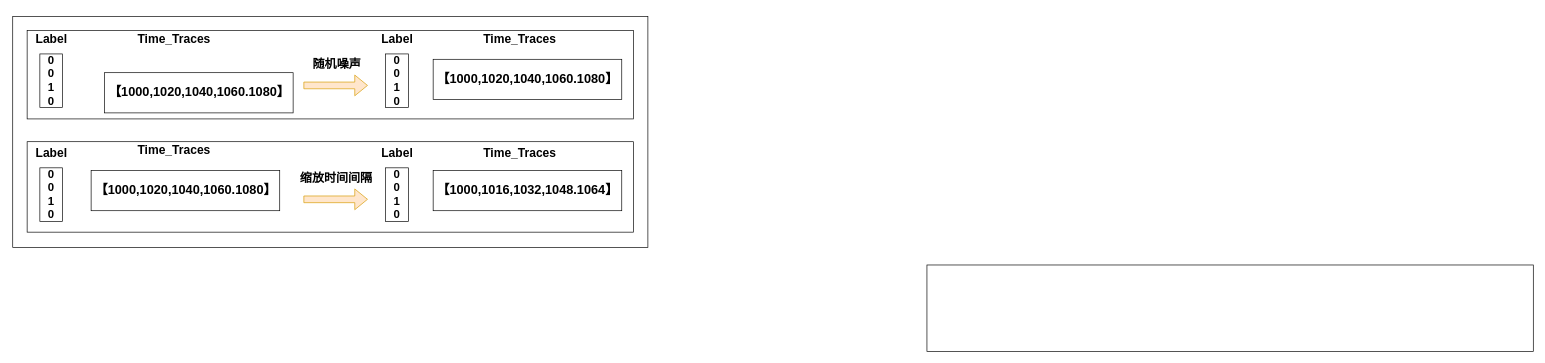
Above: 时间数据增强.drawio in lilang0710/ll (draw.io), before the change. Source tidied: cells renumbered, new cells numbered last; positions are measured from the earlier drawing's top-left corner, leaving out a move shared by most shapes. Both pictures are drawn from the tidied source at 67%, with x=0, y=0 at pixel (13, 16).
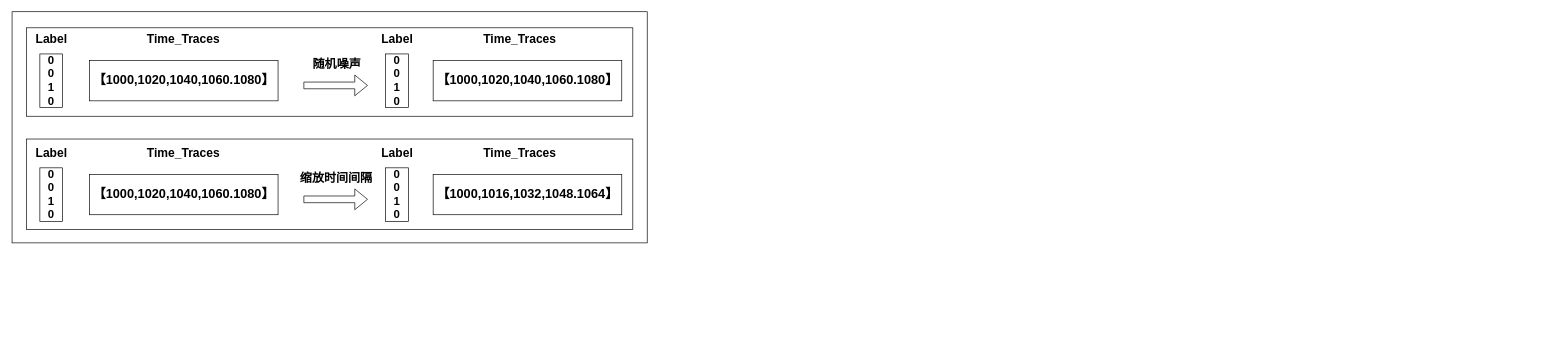
Above is the later version.

Commit message:
更新时间数据增强.drawio

The edit, as a diff of the source:
```diff
@@
-    <mxCell id="2" style="shape=flexArrow;endArrow=classic;html=1;rounded=0;fillColor=#ffe6cc;strokeColor=#d79b00;" parent="1" edge="1">
+    <mxCell id="2" style="shape=flexArrow;endArrow=classic;html=1;rounded=0;" parent="1" edge="1">
       <mxGeometry relative="1" as="geometry">
         <mxPoint x="433.5" y="273" as="sourcePoint" />
         <mxPoint x="529.5" y="273" as="targetPoint" />
       </mxGeometry>
     </mxCell>
@@
-    <mxCell id="8" style="shape=flexArrow;endArrow=classic;html=1;rounded=0;fillColor=#ffe6cc;strokeColor=#d79b00;" parent="1" edge="1">
+    <mxCell id="8" style="shape=flexArrow;endArrow=classic;html=1;rounded=0;" parent="1" edge="1">
       <mxGeometry relative="1" as="geometry">
         <mxPoint x="433.5" y="103" as="sourcePoint" />
         <mxPoint x="529.5" y="103" as="targetPoint" />
       </mxGeometry>
     </mxCell>
@@
     <mxCell id="10" value="&lt;font size=&quot;1&quot;&gt;&lt;b&gt;&lt;font style=&quot;font-size: 18px;&quot;&gt;Time_Traces&lt;/font&gt;&lt;/b&gt;&lt;/font&gt;" style="text;html=1;align=center;verticalAlign=middle;strokeColor=none;fillColor=none;" parent="1" vertex="1">
-      <mxGeometry x="176.5" y="17" width="127" height="34" as="geometry" />
+      <mxGeometry x="190" y="17" width="127" height="34" as="geometry" />
     </mxCell>
@@
     <mxCell id="16" style="rounded=0;whiteSpace=wrap;html=1;fillColor=none;" parent="1" vertex="1">
-      <mxGeometry x="21" y="187" width="905" height="135" as="geometry" />
+      <mxGeometry x="20" y="183" width="905" height="135" as="geometry" />
     </mxCell>
     <mxCell id="17" style="rounded=0;whiteSpace=wrap;html=1;fillColor=none;" parent="1" vertex="1">
-      <mxGeometry x="-0.5" width="948" height="345" as="geometry" />
+      <mxGeometry x="-1.5" y="-7" width="948" height="345" as="geometry" />
     </mxCell>
     <mxCell id="18" style="rounded=0;whiteSpace=wrap;html=1;fillColor=none;" parent="1" vertex="1">
-      <mxGeometry x="21" y="21" width="905" height="132" as="geometry" />
+      <mxGeometry x="20" y="17" width="905" height="132" as="geometry" />
     </mxCell>
-    <mxCell id="19" style="rounded=0;whiteSpace=wrap;html=1;fillColor=none;" parent="1" vertex="1">
-      <mxGeometry x="1364" y="371" width="905" height="129" as="geometry" />
-    </mxCell>
     <mxCell id="20" value="&lt;font size=&quot;1&quot;&gt;&lt;b&gt;&lt;font style=&quot;font-size: 19px;&quot;&gt;【1000,1016,1032,1048.1064】&lt;/font&gt;&lt;/b&gt;&lt;/font&gt;" style="rounded=0;whiteSpace=wrap;html=1;" parent="1" vertex="1">
-      <mxGeometry x="627" y="230" width="281.5" height="60" as="geometry" />
+      <mxGeometry x="627" y="236" width="281.5" height="60" as="geometry" />
     </mxCell>
     <mxCell id="21" value="&lt;font size=&quot;1&quot;&gt;&lt;b&gt;&lt;font style=&quot;font-size: 19px;&quot;&gt;【1000,1020,1040,1060.1080】&lt;/font&gt;&lt;/b&gt;&lt;/font&gt;" style="rounded=0;whiteSpace=wrap;html=1;" parent="1" vertex="1">
-      <mxGeometry x="627" y="64" width="281.5" height="60" as="geometry" />
+      <mxGeometry x="627" y="66" width="281.5" height="60" as="geometry" />
     </mxCell>
     <mxCell id="22" value="&lt;font size=&quot;1&quot;&gt;&lt;b&gt;&lt;font style=&quot;font-size: 18px;&quot;&gt;Time_Traces&lt;/font&gt;&lt;/b&gt;&lt;/font&gt;" style="text;html=1;align=center;verticalAlign=middle;strokeColor=none;fillColor=none;" parent="1" vertex="1">
-      <mxGeometry x="176.5" y="183" width="127" height="34" as="geometry" />
+      <mxGeometry x="190" y="187" width="127" height="34" as="geometry" />
     </mxCell>
     <mxCell id="23" value="&lt;font size=&quot;1&quot;&gt;&lt;b&gt;&lt;font style=&quot;font-size: 19px;&quot;&gt;【1000,1020,1040,1060.1080】&lt;/font&gt;&lt;/b&gt;&lt;/font&gt;" style="rounded=0;whiteSpace=wrap;html=1;" parent="1" vertex="1">
-      <mxGeometry x="116.5" y="230" width="281.5" height="60" as="geometry" />
+      <mxGeometry x="114" y="236" width="281.5" height="60" as="geometry" />
     </mxCell>
@@
     <mxCell id="25" value="&lt;font size=&quot;1&quot;&gt;&lt;b&gt;&lt;font style=&quot;font-size: 19px;&quot;&gt;【1000,1020,1040,1060.1080】&lt;/font&gt;&lt;/b&gt;&lt;/font&gt;" style="rounded=0;whiteSpace=wrap;html=1;" parent="1" vertex="1">
-      <mxGeometry x="136.5" y="84" width="281.5" height="60" as="geometry" />
+      <mxGeometry x="114" y="66" width="281.5" height="60" as="geometry" />
     </mxCell>
```
